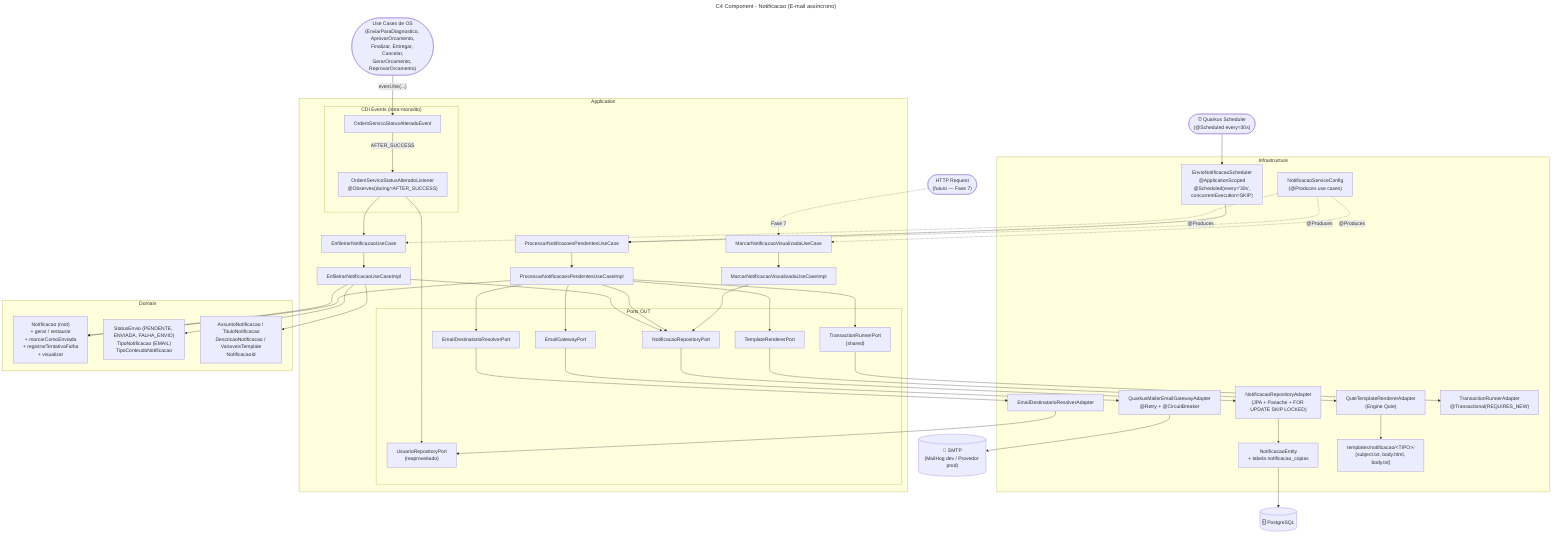
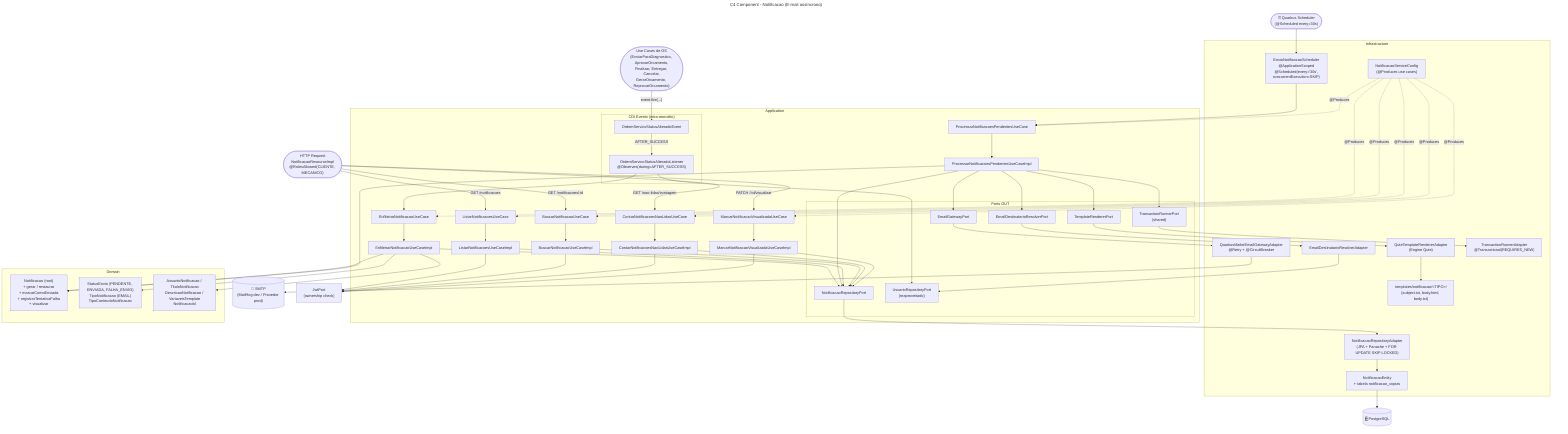
---
title: C4 Component - Notificacao (E-mail assíncrono)
---
flowchart TD
    OS_SVC(["Use Cases de OS<br/>(EnviarParaDiagnostico, AprovarOrcamento,<br/>Finalizar, Entregar, Cancelar,<br/>GerarOrcamento, ReprovarOrcamento)"])
    SCHED_TICK(["⏰ Quarkus Scheduler<br/>(@Scheduled every=30s)"])
-     REST(["HTTP Request<br/>(futuro — Fase 7)"])
+     REST(["HTTP Request<br/>NotificacaoResourceImpl<br/>@RolesAllowed(CLIENTE, MECANICO)"])

    subgraph INFRA["Infrastructure"]
        ENS["EnvioNotificacaoScheduler<br/>@ApplicationScoped<br/>@Scheduled(every='30s',<br/>concurrentExecution=SKIP)"]
        NRA["NotificacaoRepositoryAdapter<br/>(JPA + Panache + FOR UPDATE SKIP LOCKED)"]
        NE["NotificacaoEntity<br/>+ tabela notificacao_copias"]
        QRA["QuteTemplateRendererAdapter<br/>(Engine Qute)"]
        QMG["QuarkusMailerEmailGatewayAdapter<br/>@Retry + @CircuitBreaker"]
        EDR["EmailDestinatarioResolverAdapter"]
        TRA["TransactionRunnerAdapter<br/>@Transactional(REQUIRES_NEW)"]
        CFG["NotificacaoServiceConfig<br/>(@Produces use cases)"]
        TPL["templates/notificacao/&lt;TIPO&gt;/<br/>{subject.txt, body.html, body.txt}"]
    end

    subgraph APP["Application"]
        EUC["EnfileirarNotificacaoUseCase"]
        PUC["ProcessarNotificacoesPendentesUseCase"]
        MUC["MarcarNotificacaoVisualizadaUseCase"]
+         LUC["ListarNotificacoesUseCase"]
+         BUC["BuscarNotificacaoUseCase"]
+         CUC["ContarNotificacoesNaoLidasUseCase"]
        ES["EnfileirarNotificacaoUseCaseImpl"]
        PS["ProcessarNotificacoesPendentesUseCaseImpl"]
        MS["MarcarNotificacaoVisualizadaUseCaseImpl"]
+         LS["ListarNotificacoesUseCaseImpl"]
+         BS["BuscarNotificacaoUseCaseImpl"]
+         CS["ContarNotificacoesNaoLidasUseCaseImpl"]

        subgraph EVENT["CDI Events (intra-monolito)"]
            EVT["OrdemServicoStatusAlteradoEvent"]
            LST["OrdemServicoStatusAlteradoListener<br/>@Observes(during=AFTER_SUCCESS)"]
        end

        subgraph PORTS_OUT["Ports OUT"]
            NRP["NotificacaoRepositoryPort"]
            TRP["TemplateRendererPort"]
            EGP["EmailGatewayPort"]
            EDRP["EmailDestinatarioResolverPort"]
            TXR["TransactionRunnerPort<br/>(shared)"]
            URP["UsuarioRepositoryPort<br/>(reaproveitado)"]
        end
    end

    subgraph DOMAIN["Domain"]
        N["Notificacao (root)<br/>+ gerar / restaurar<br/>+ marcarComoEnviada<br/>+ registrarTentativaFalha<br/>+ visualizar"]
        ENUMS["StatusEnvio (PENDENTE, ENVIADA, FALHA_ENVIO)<br/>TipoNotificacao (EMAIL)<br/>TipoConteudoNotificacao"]
        VO["AssuntoNotificacao / TituloNotificacao<br/>DescricaoNotificacao / VariaveisTemplate<br/>NotificacaoId"]
    end

    SMTP[("📮 SMTP<br/>(MailHog dev / Provedor prod)")]
    DB[("🗄️ PostgreSQL")]

    OS_SVC -- "event.fire(...)" --> EVT
    EVT -- "AFTER_SUCCESS" --> LST
    LST --> EUC --> ES
    ES --> NRP --> NRA --> NE --> DB
    ES --> N & VO & ENUMS

    SCHED_TICK --> ENS --> PUC --> PS
    PS --> NRP
    PS --> TXR --> TRA
    PS --> EDRP --> EDR --> URP
    PS --> TRP --> QRA --> TPL
    PS --> EGP --> QMG --> SMTP
    PS --> N

-     REST -.->|"Fase 7"| MUC --> MS --> NRP
+     REST -->|"GET /notificacoes"| LUC --> LS --> NRP
+     REST -->|"GET /notificacoes/:id"| BUC --> BS --> NRP
+     REST -->|"GET /nao-lidas/contagem"| CUC --> CS --> NRP
+     REST -->|"PATCH /:id/visualizar"| MUC --> MS --> NRP

-     CFG -.->|"@Produces"| EUC & PUC & MUC
+     LS & BS & CS & MS --> JWT["JwtPort<br/>(ownership check)"]
+ 
+     CFG -.->|"@Produces"| EUC & PUC & MUC & LUC & BUC & CUC
    LST --> URP
